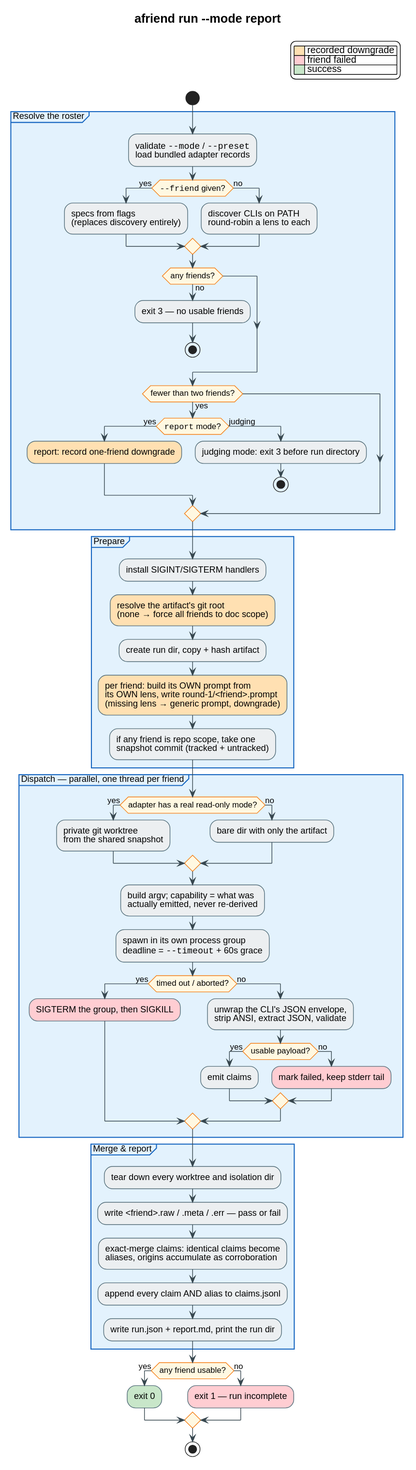
Above: docs/architecture/run-flow.svg in livingstaccato/adversarial-friends (PlantUML), before the change.
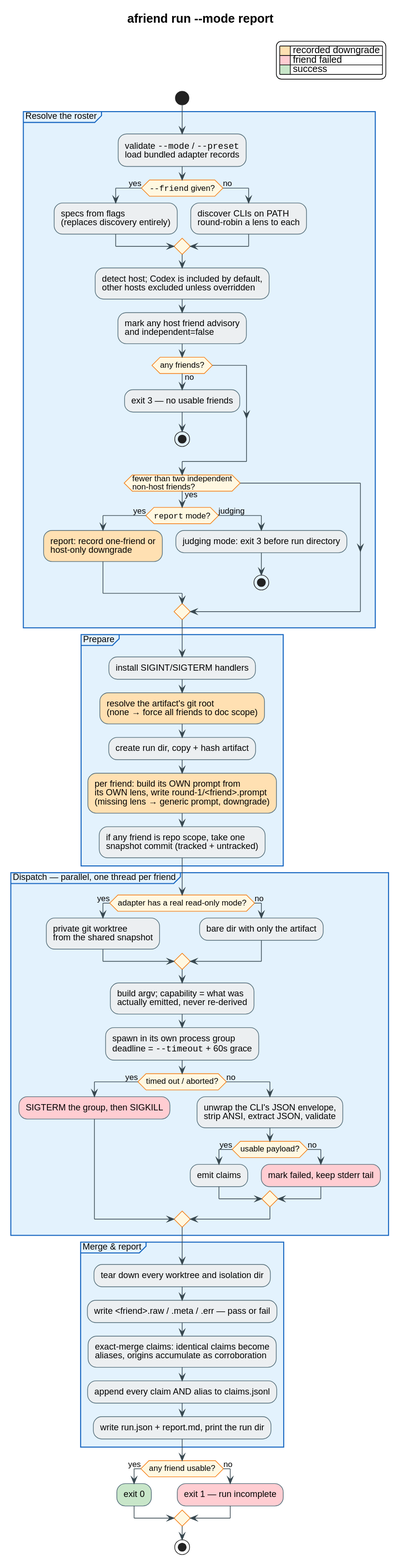
After the commit.

Diff of the diagram source:
```diff
@@ -33,13 +33,15 @@
   else (no)
     :discover CLIs on PATH\nround-robin a lens to each;
   endif
+  :detect host; Codex is included by default,\nother hosts excluded unless overridden;
+  :mark any host friend advisory\nand independent=false;
   if (any friends?) then (no)
     :exit 3 — no usable friends;
     stop
   endif
-  if (fewer than two friends?) then (yes)
+  if (fewer than two independent\nnon-host friends?) then (yes)
     if (""report"" mode?) then (yes)
-      :report: record one-friend downgrade;<<#FFE0B2>>
+      :report: record one-friend or\nhost-only downgrade;<<#FFE0B2>>
     else (judging)
       :judging mode: exit 3 before run directory;
       stop
```
